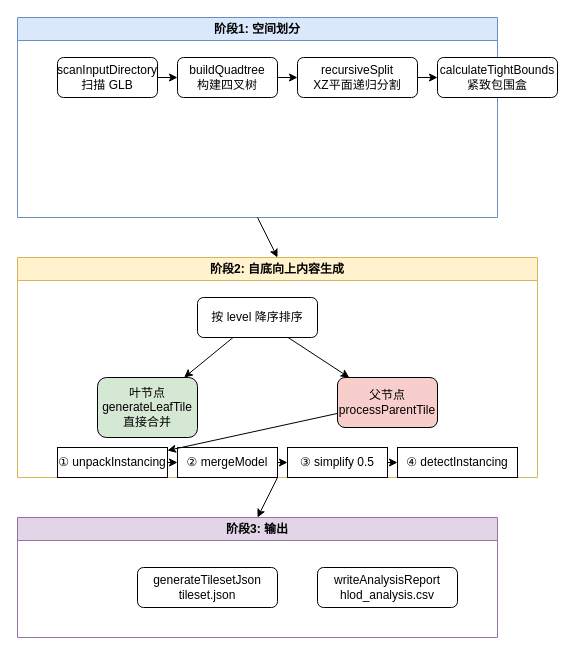
271586852/GltfInstancingAndTilingTool keeps this draw.io diagram as diagrams/HLOD建立流程.drawio. Above is the earlier version. Source tidied: cells renumbered, new cells numbered last; positions are measured from the earlier drawing's top-left corner, leaving out a move shared by most shapes. Both pictures are drawn from the tidied source at 100%, with x=0, y=0 at pixel (17, 17).
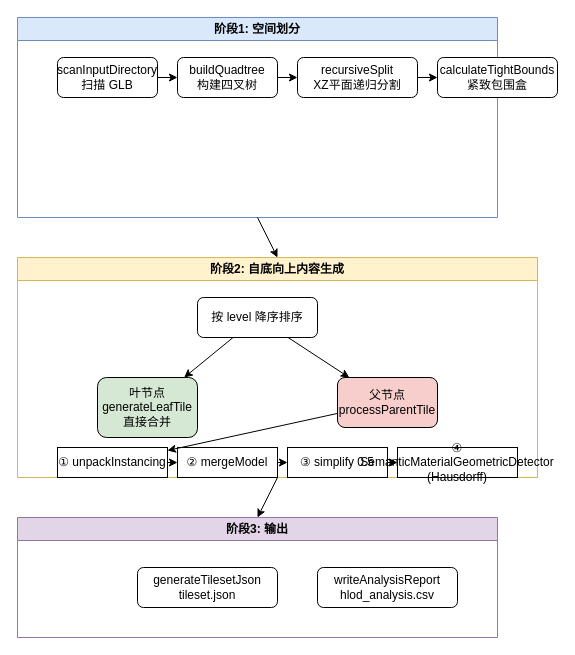
After the change.

Unchanged cells that the change refers to:
```xml
<mxCell id="10" value="阶段2: 自底向上内容生成" style="swimlane;whiteSpace=wrap;html=1;fillColor=#fff2cc;strokeColor=#d6b656;" parent="1" vertex="1">
  <mxGeometry y="240" width="520" height="220" as="geometry" />
</mxCell>
```

Change to the diagram source:
```diff
@@
-    <mxCell id="17" value="④ detectInstancing" style="rounded=0;whiteSpace=wrap;html=1;" parent="10" vertex="1">
+    <mxCell id="17" value="④ SemanticMaterialGeometricDetector (Hausdorff)" style="rounded=0;whiteSpace=wrap;html=1;" parent="10" vertex="1">
       <mxGeometry x="380" y="190" width="120" height="30" as="geometry" />
     </mxCell>
```
